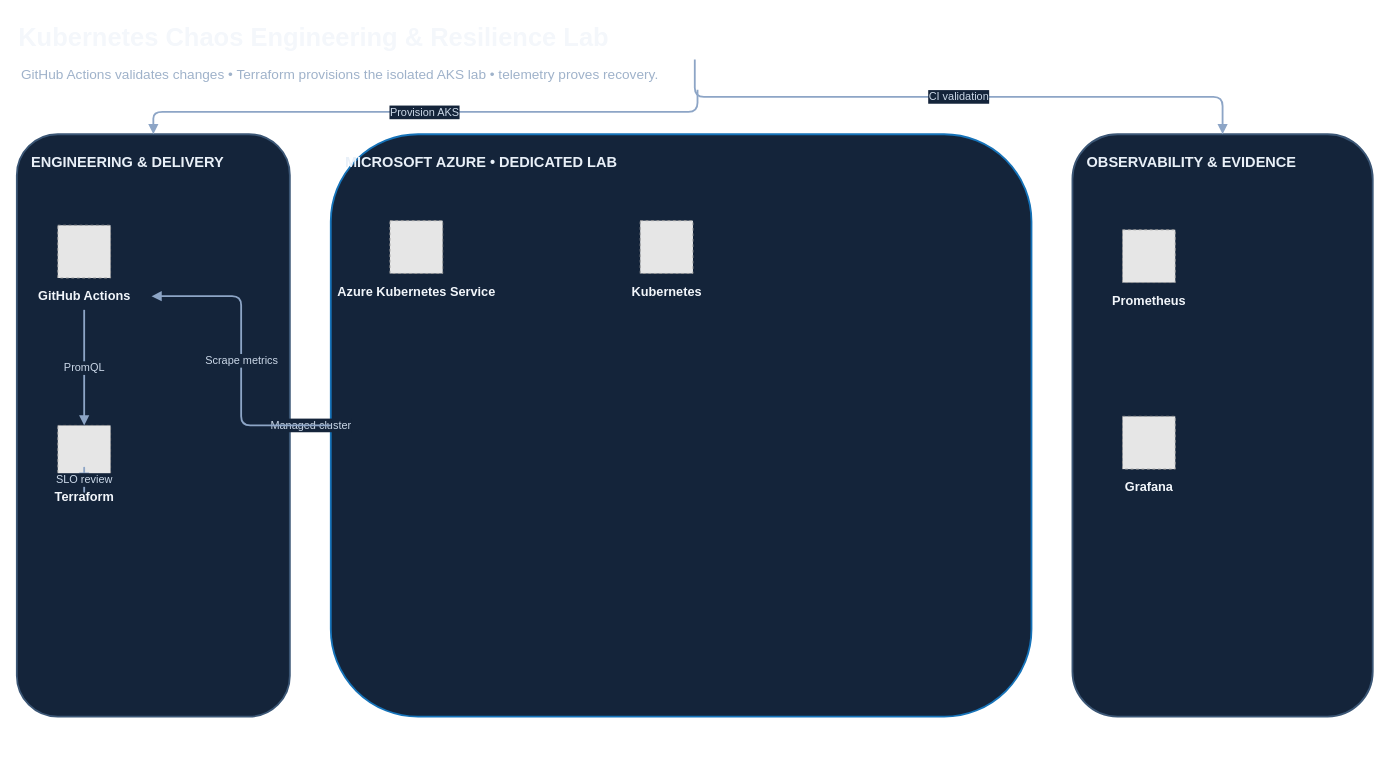
This is docs/diagrams/01-platform-architecture.drawio from haqueamir70-coder/kubernetes-chaos-engineering-resilience-lab, a draw.io file, before an edit. Source tidied: cells renumbered, new cells numbered last; positions are measured from the earlier drawing's top-left corner, leaving out a move shared by most shapes. Both pictures are drawn from the tidied source at 91%, with x=0, y=0 at pixel (16, 15). Pictures stored in the file or linked from it are replaced by grey dashed boxes.
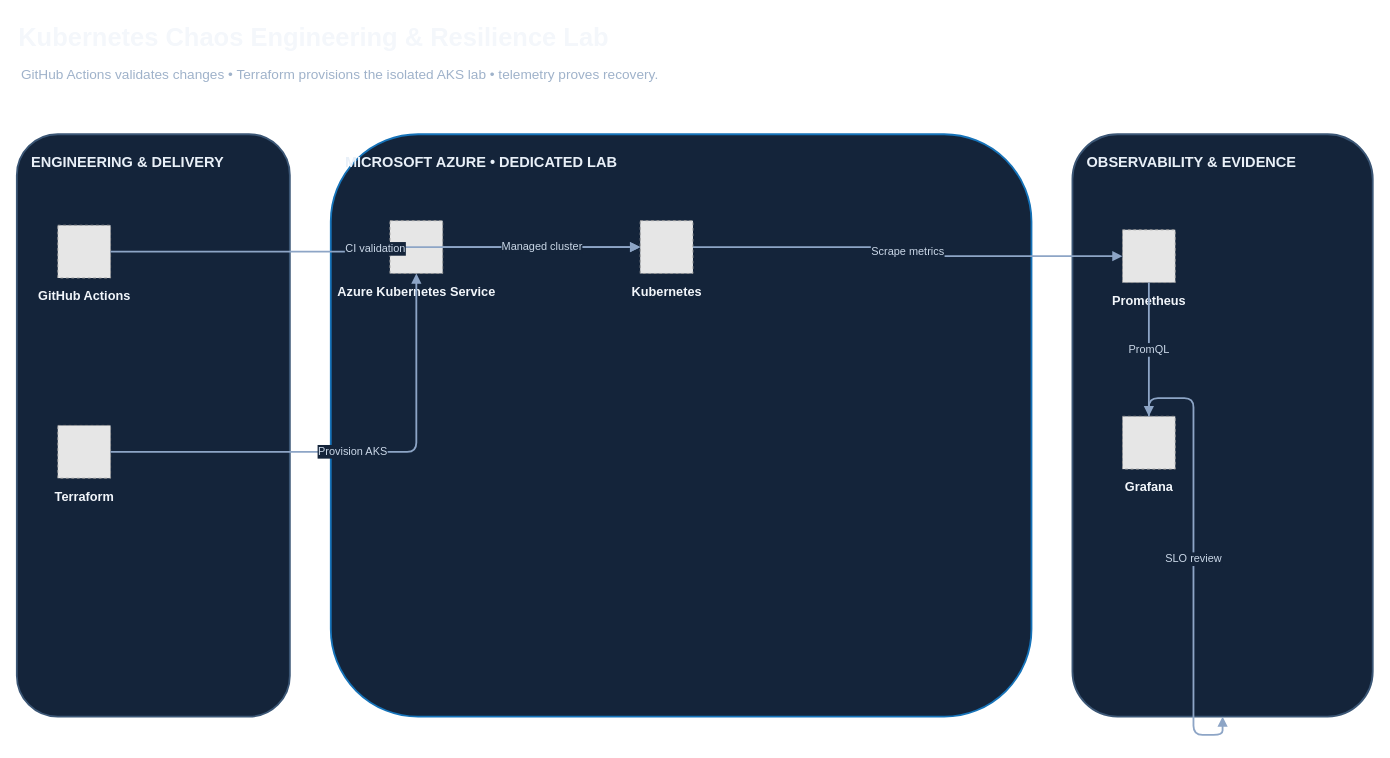
Above is the later version.

Commit message:
design: correct diagram flow connectors and SLO stage

The change refers to these unchanged cells:
```xml
<mxCell id="2" value="Kubernetes Chaos Engineering &amp; Resilience Lab" style="text;html=1;strokeColor=none;fillColor=none;fontColor=#f4f7fb;fontSize=28;fontStyle=1;align=left;verticalAlign=middle;" parent="1" vertex="1">
  <mxGeometry width="1490" height="48" as="geometry" />
</mxCell>
<mxCell id="3" value="GitHub Actions validates changes • Terraform provisions the isolated AKS lab • telemetry proves recovery." style="text;html=1;strokeColor=none;fillColor=none;fontColor=#9fb2ca;fontSize=15;align=left;verticalAlign=middle;" parent="1" vertex="1">
  <mxGeometry x="3" y="47" width="1490" height="34" as="geometry" />
</mxCell>
<mxCell id="4" value="ENGINEERING &amp; DELIVERY" style="rounded=1;whiteSpace=wrap;html=1;fillColor=#14243a;strokeColor=#3b5675;strokeWidth=2;fontColor=#e9f0f8;fontSize=16;fontStyle=1;align=left;verticalAlign=top;spacing=16;" parent="1" vertex="1">
  <mxGeometry y="130" width="300" height="640" as="geometry" />
</mxCell>
<mxCell id="5" value="MICROSOFT AZURE • DEDICATED LAB" style="rounded=1;whiteSpace=wrap;html=1;fillColor=#14243a;strokeColor=#1673b9;strokeWidth=2;fontColor=#e9f0f8;fontSize=16;fontStyle=1;align=left;verticalAlign=top;spacing=16;" parent="1" vertex="1">
  <mxGeometry x="345" y="130" width="770" height="640" as="geometry" />
</mxCell>
<mxCell id="6" value="OBSERVABILITY &amp; EVIDENCE" style="rounded=1;whiteSpace=wrap;html=1;fillColor=#14243a;strokeColor=#3b5675;strokeWidth=2;fontColor=#e9f0f8;fontSize=16;fontStyle=1;align=left;verticalAlign=top;spacing=16;" parent="1" vertex="1">
  <mxGeometry x="1160" y="130" width="330" height="640" as="geometry" />
</mxCell>
<mxCell id="7" style="fillColor=#E6E6E6;strokeColor=#999999;dashed=1;verticalLabelPosition=bottom;verticalAlign=top;" parent="1" vertex="1">
  <mxGeometry x="45" y="230" width="58" height="58" as="geometry" />
</mxCell>
<mxCell id="8" value="GitHub Actions" style="text;html=1;strokeColor=none;fillColor=none;fontColor=#f2f6fb;fontSize=14;fontStyle=1;align=center;verticalAlign=middle;" parent="1" vertex="1">
  <mxGeometry y="293" width="148" height="30" as="geometry" />
</mxCell>
<mxCell id="9" style="fillColor=#E6E6E6;strokeColor=#999999;dashed=1;verticalLabelPosition=bottom;verticalAlign=top;" parent="1" vertex="1">
  <mxGeometry x="45" y="450" width="58" height="58" as="geometry" />
</mxCell>
<mxCell id="10" value="Terraform" style="text;html=1;strokeColor=none;fillColor=none;fontColor=#f2f6fb;fontSize=14;fontStyle=1;align=center;verticalAlign=middle;" parent="1" vertex="1">
  <mxGeometry y="513" width="148" height="30" as="geometry" />
</mxCell>
<mxCell id="11" style="fillColor=#E6E6E6;strokeColor=#999999;dashed=1;verticalLabelPosition=bottom;verticalAlign=top;" parent="1" vertex="1">
  <mxGeometry x="410" y="225" width="58" height="58" as="geometry" />
</mxCell>
<mxCell id="13" style="fillColor=#E6E6E6;strokeColor=#999999;dashed=1;verticalLabelPosition=bottom;verticalAlign=top;" parent="1" vertex="1">
  <mxGeometry x="685" y="225" width="58" height="58" as="geometry" />
</mxCell>
<mxCell id="15" style="fillColor=#E6E6E6;strokeColor=#999999;dashed=1;verticalLabelPosition=bottom;verticalAlign=top;" parent="1" vertex="1">
  <mxGeometry x="1215" y="235" width="58" height="58" as="geometry" />
</mxCell>
<mxCell id="17" style="fillColor=#E6E6E6;strokeColor=#999999;dashed=1;verticalLabelPosition=bottom;verticalAlign=top;" parent="1" vertex="1">
  <mxGeometry x="1215" y="440" width="58" height="58" as="geometry" />
</mxCell>
```

The edit, as a diff of the source:
```diff
@@
-    <mxCell id="19" value="CI validation" style="edgeStyle=orthogonalEdgeStyle;rounded=1;jettySize=auto;html=1;strokeColor=#8da5c6;strokeWidth=2;endArrow=block;endFill=1;fontColor=#cbd8e8;fontSize=12;labelBackgroundColor=#14243a;" parent="1" edge="1" source="2" target="6">
+    <mxCell id="19" value="CI validation" style="edgeStyle=orthogonalEdgeStyle;rounded=1;jettySize=auto;html=1;strokeColor=#8da5c6;strokeWidth=2;endArrow=block;endFill=1;fontColor=#cbd8e8;fontSize=12;labelBackgroundColor=#14243a;" parent="1" edge="1" source="7" target="13">
       <mxGeometry relative="1" as="geometry" />
     </mxCell>
-    <mxCell id="20" value="Provision AKS" style="edgeStyle=orthogonalEdgeStyle;rounded=1;jettySize=auto;html=1;strokeColor=#8da5c6;strokeWidth=2;endArrow=block;endFill=1;fontColor=#cbd8e8;fontSize=12;labelBackgroundColor=#14243a;" parent="1" edge="1" source="3" target="4">
+    <mxCell id="20" value="Provision AKS" style="edgeStyle=orthogonalEdgeStyle;rounded=1;jettySize=auto;html=1;strokeColor=#8da5c6;strokeWidth=2;endArrow=block;endFill=1;fontColor=#cbd8e8;fontSize=12;labelBackgroundColor=#14243a;" parent="1" edge="1" source="9" target="11">
       <mxGeometry relative="1" as="geometry" />
     </mxCell>
-    <mxCell id="21" value="Managed cluster" style="edgeStyle=orthogonalEdgeStyle;rounded=1;jettySize=auto;html=1;strokeColor=#8da5c6;strokeWidth=2;endArrow=block;endFill=1;fontColor=#cbd8e8;fontSize=12;labelBackgroundColor=#14243a;" parent="1" edge="1" source="4" target="5">
+    <mxCell id="21" value="Managed cluster" style="edgeStyle=orthogonalEdgeStyle;rounded=1;jettySize=auto;html=1;strokeColor=#8da5c6;strokeWidth=2;endArrow=block;endFill=1;fontColor=#cbd8e8;fontSize=12;labelBackgroundColor=#14243a;" parent="1" edge="1" source="11" target="13">
       <mxGeometry relative="1" as="geometry" />
     </mxCell>
-    <mxCell id="22" value="Scrape metrics" style="edgeStyle=orthogonalEdgeStyle;rounded=1;jettySize=auto;html=1;strokeColor=#8da5c6;strokeWidth=2;endArrow=block;endFill=1;fontColor=#cbd8e8;fontSize=12;labelBackgroundColor=#14243a;" parent="1" edge="1" source="5" target="8">
+    <mxCell id="22" value="Scrape metrics" style="edgeStyle=orthogonalEdgeStyle;rounded=1;jettySize=auto;html=1;strokeColor=#8da5c6;strokeWidth=2;endArrow=block;endFill=1;fontColor=#cbd8e8;fontSize=12;labelBackgroundColor=#14243a;" parent="1" edge="1" source="13" target="15">
       <mxGeometry relative="1" as="geometry" />
     </mxCell>
-    <mxCell id="23" value="PromQL" style="edgeStyle=orthogonalEdgeStyle;rounded=1;jettySize=auto;html=1;strokeColor=#8da5c6;strokeWidth=2;endArrow=block;endFill=1;fontColor=#cbd8e8;fontSize=12;labelBackgroundColor=#14243a;" parent="1" edge="1" source="8" target="9">
+    <mxCell id="23" value="PromQL" style="edgeStyle=orthogonalEdgeStyle;rounded=1;jettySize=auto;html=1;strokeColor=#8da5c6;strokeWidth=2;endArrow=block;endFill=1;fontColor=#cbd8e8;fontSize=12;labelBackgroundColor=#14243a;" parent="1" edge="1" source="15" target="17">
       <mxGeometry relative="1" as="geometry" />
     </mxCell>
-    <mxCell id="24" value="SLO review" style="edgeStyle=orthogonalEdgeStyle;rounded=1;jettySize=auto;html=1;strokeColor=#8da5c6;strokeWidth=2;endArrow=block;endFill=1;fontColor=#cbd8e8;fontSize=12;labelBackgroundColor=#14243a;" parent="1" edge="1" source="9" target="10">
+    <mxCell id="24" value="SLO review" style="edgeStyle=orthogonalEdgeStyle;rounded=1;jettySize=auto;html=1;strokeColor=#8da5c6;strokeWidth=2;endArrow=block;endFill=1;fontColor=#cbd8e8;fontSize=12;labelBackgroundColor=#14243a;" parent="1" edge="1" source="17" target="6">
       <mxGeometry relative="1" as="geometry" />
     </mxCell>
```
